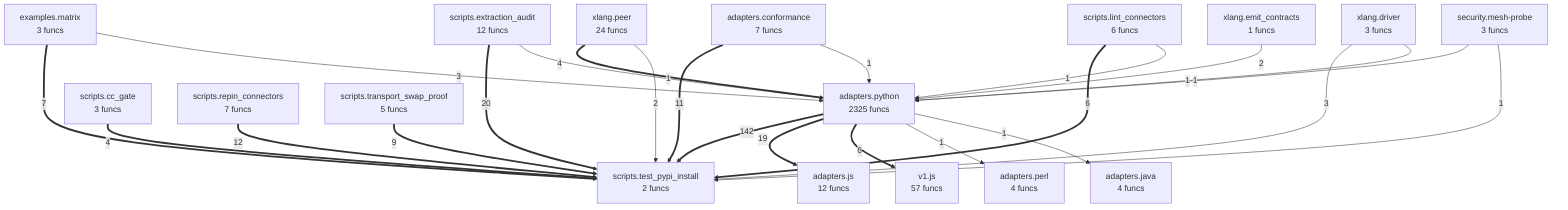
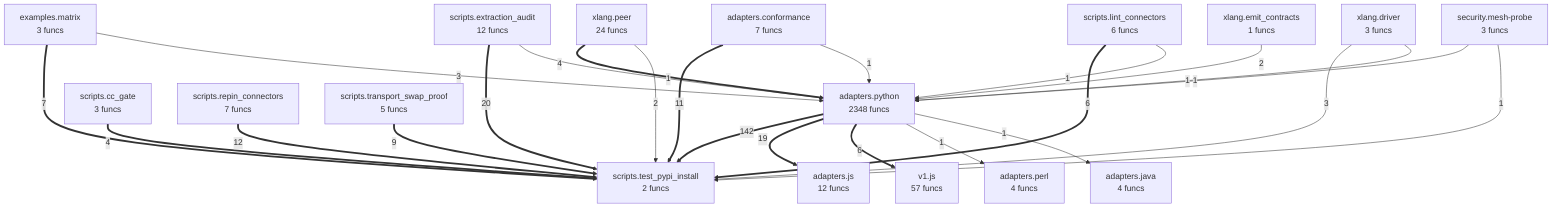
flowchart TD
- %% generated in 0.16s
+ %% generated in 0.08s
    adapters__conformance["adapters.conformance<br/>7 funcs"]
    adapters__java["adapters.java<br/>4 funcs"]
    adapters__js["adapters.js<br/>12 funcs"]
    adapters__perl["adapters.perl<br/>4 funcs"]
-     adapters__python["adapters.python<br/>2325 funcs"]
+     adapters__python["adapters.python<br/>2348 funcs"]
    examples__matrix["examples.matrix<br/>3 funcs"]
    scripts__cc_gate["scripts.cc_gate<br/>3 funcs"]
    scripts__extraction_audit["scripts.extraction_audit<br/>12 funcs"]
    scripts__lint_connectors["scripts.lint_connectors<br/>6 funcs"]
    scripts__repin_connectors["scripts.repin_connectors<br/>7 funcs"]
    scripts__test_pypi_install["scripts.test_pypi_install<br/>2 funcs"]
    scripts__transport_swap_proof["scripts.transport_swap_proof<br/>5 funcs"]
    security__mesh_probe["security.mesh-probe<br/>3 funcs"]
    v1__js["v1.js<br/>57 funcs"]
    xlang__driver["xlang.driver<br/>3 funcs"]
    xlang__emit_contracts["xlang.emit_contracts<br/>1 funcs"]
    xlang__peer["xlang.peer<br/>24 funcs"]
    adapters__python ==>|142| scripts__test_pypi_install
    scripts__extraction_audit ==>|20| scripts__test_pypi_install
    adapters__python ==>|19| adapters__js
    scripts__repin_connectors ==>|12| scripts__test_pypi_install
    adapters__conformance ==>|11| scripts__test_pypi_install
    scripts__transport_swap_proof ==>|9| scripts__test_pypi_install
    examples__matrix ==>|7| scripts__test_pypi_install
    scripts__lint_connectors ==>|6| scripts__test_pypi_install
    adapters__python ==>|6| v1__js
    scripts__cc_gate ==>|4| scripts__test_pypi_install
    xlang__peer ==>|4| adapters__python
    examples__matrix -->|3| adapters__python
    xlang__driver -->|3| scripts__test_pypi_install
    xlang__emit_contracts -->|2| adapters__python
    xlang__peer -->|2| scripts__test_pypi_install
    security__mesh_probe -->|1| adapters__python
    security__mesh_probe -->|1| scripts__test_pypi_install
    scripts__lint_connectors -->|1| adapters__python
    scripts__extraction_audit -->|1| adapters__python
    adapters__conformance -->|1| adapters__python
    adapters__python -->|1| adapters__perl
    adapters__python -->|1| adapters__java
    xlang__driver -->|1| adapters__python
